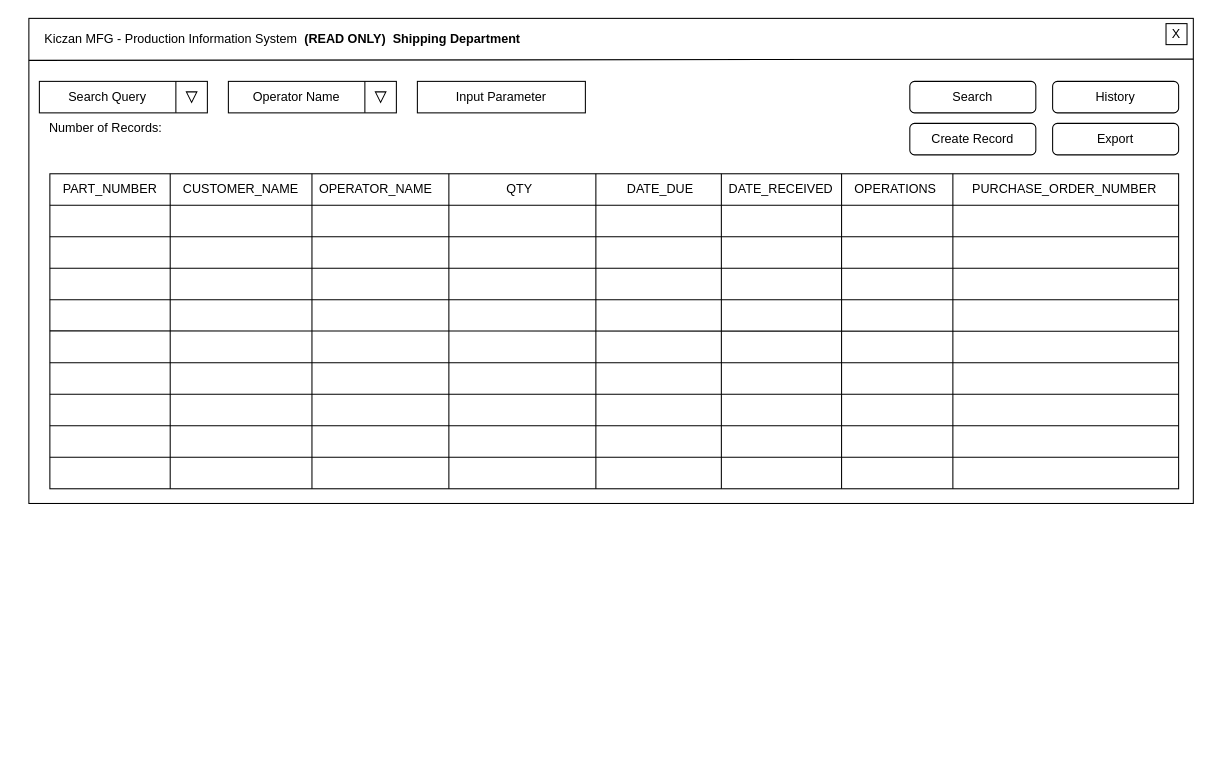
JrST90/Team2CapstoneProject keeps this draw.io diagram as Main User Interface Wireframe (READONLY).drawio. Above is the earlier version. Source tidied: cells renumbered, new cells numbered last; positions are measured from the earlier drawing's top-left corner, leaving out a move shared by most shapes. Both pictures are drawn from the tidied source at 105%, with x=0, y=0 at pixel (18, 18).
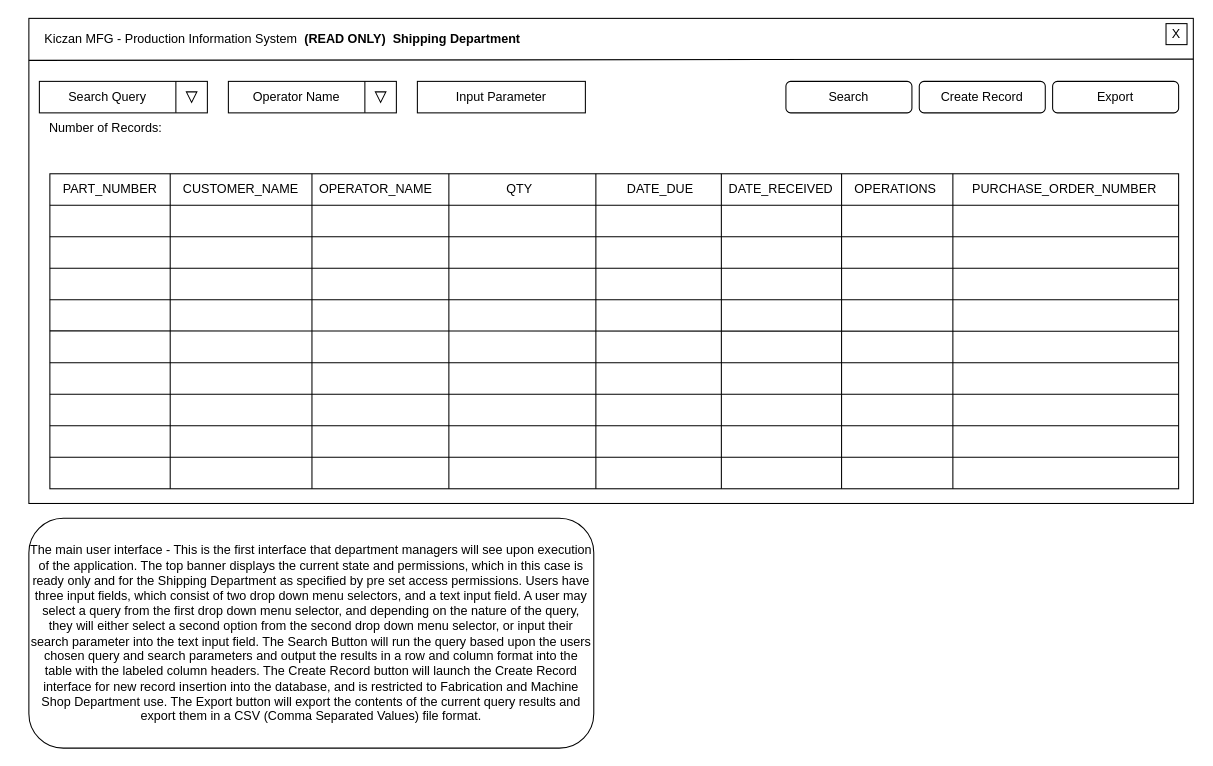
The same page after the edit.

What changed in the source:
```diff
@@
     <mxCell id="9" value="Search" style="rounded=1;whiteSpace=wrap;html=1;" parent="1" vertex="1">
-      <mxGeometry x="849" y="60" width="120" height="30" as="geometry" />
+      <mxGeometry x="731" y="60" width="120" height="30" as="geometry" />
     </mxCell>
@@
     <mxCell id="31" value="Create Record" style="rounded=1;whiteSpace=wrap;html=1;" parent="1" vertex="1">
-      <mxGeometry x="849" y="100" width="120" height="30" as="geometry" />
+      <mxGeometry x="858" y="60" width="120" height="30" as="geometry" />
     </mxCell>
@@
-    <mxCell id="43" value="History" style="rounded=1;whiteSpace=wrap;html=1;" parent="1" vertex="1">
+    <mxCell id="43" value="Export" style="rounded=1;whiteSpace=wrap;html=1;" parent="1" vertex="1">
       <mxGeometry x="985" y="60" width="120" height="30" as="geometry" />
     </mxCell>
-    <mxCell id="44" value="Export" style="rounded=1;whiteSpace=wrap;html=1;" parent="1" vertex="1">
-      <mxGeometry x="985" y="100" width="120" height="30" as="geometry" />
-    </mxCell>
@@
+    <mxCell id="46" value="The main user interface - This is the first interface that department managers will see upon execution of the application. The top banner displays the current state and permissions, which in this case is ready only and for the Shipping Department as specified by pre set access permissions. Users have three input fields, which consist of two drop down menu selectors, and a text input field. A user may select a query from the first drop down menu selector, and depending on the nature of the query, they will either select a second option from the second drop down menu selector, or input their search parameter into the text input field. The Search Button will run the query based upon the users chosen query and search parameters and output the results in a row and column format into the table with the labeled column headers. The Create Record button will launch the Create Record interface for new record insertion into the database, and is restricted to Fabrication and Machine Shop Department use. The Export button will export the contents of the current query results and export them in a CSV (Comma Separated Values) file format." style="rounded=1;whiteSpace=wrap;html=1;align=center;" parent="1" vertex="1">
+      <mxGeometry x="10" y="476" width="538" height="219" as="geometry" />
+    </mxCell>
```
